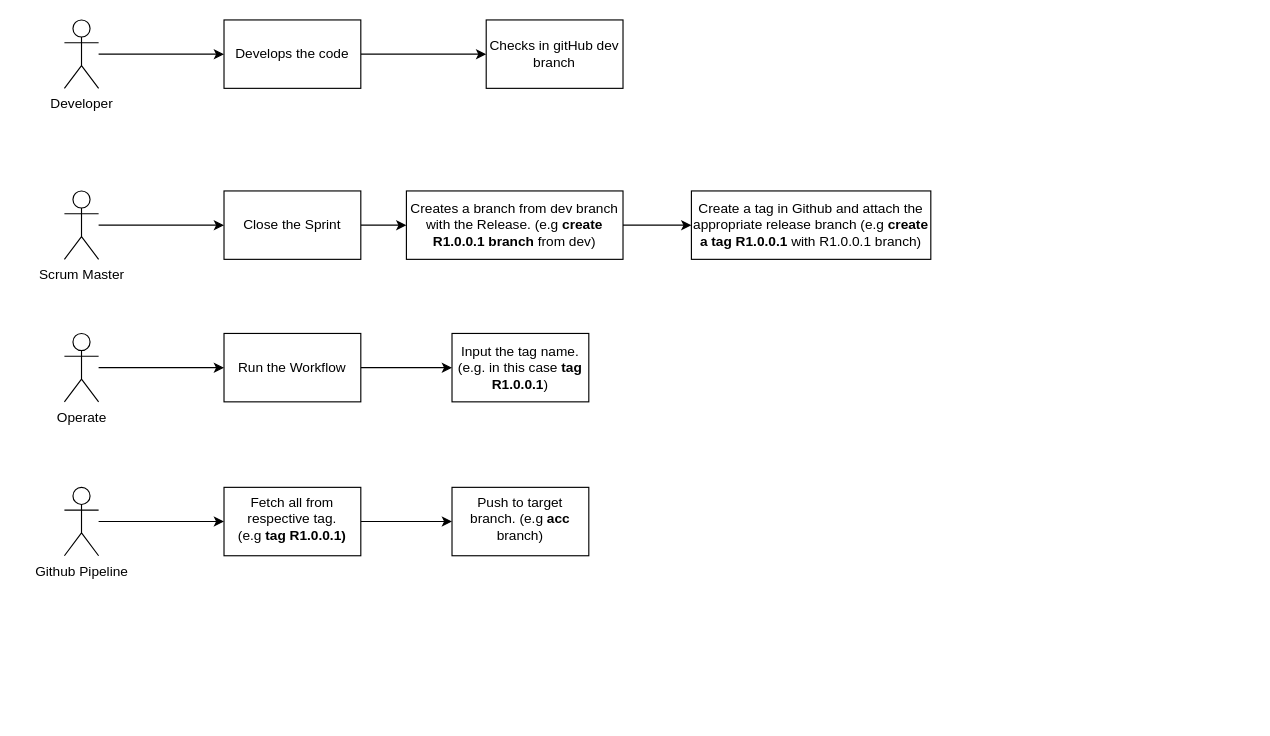
Before: page "CI-CD-Workflow" (25 of 25) of OT.drawio in biswarup81/drawings, a draw.io diagram. Source tidied: cells renumbered, new cells numbered last; positions are measured from the earlier drawing's top-left corner, leaving out a move shared by most shapes. Both pictures are drawn from the tidied source at 114%, with x=0, y=0 at pixel (64, 19).
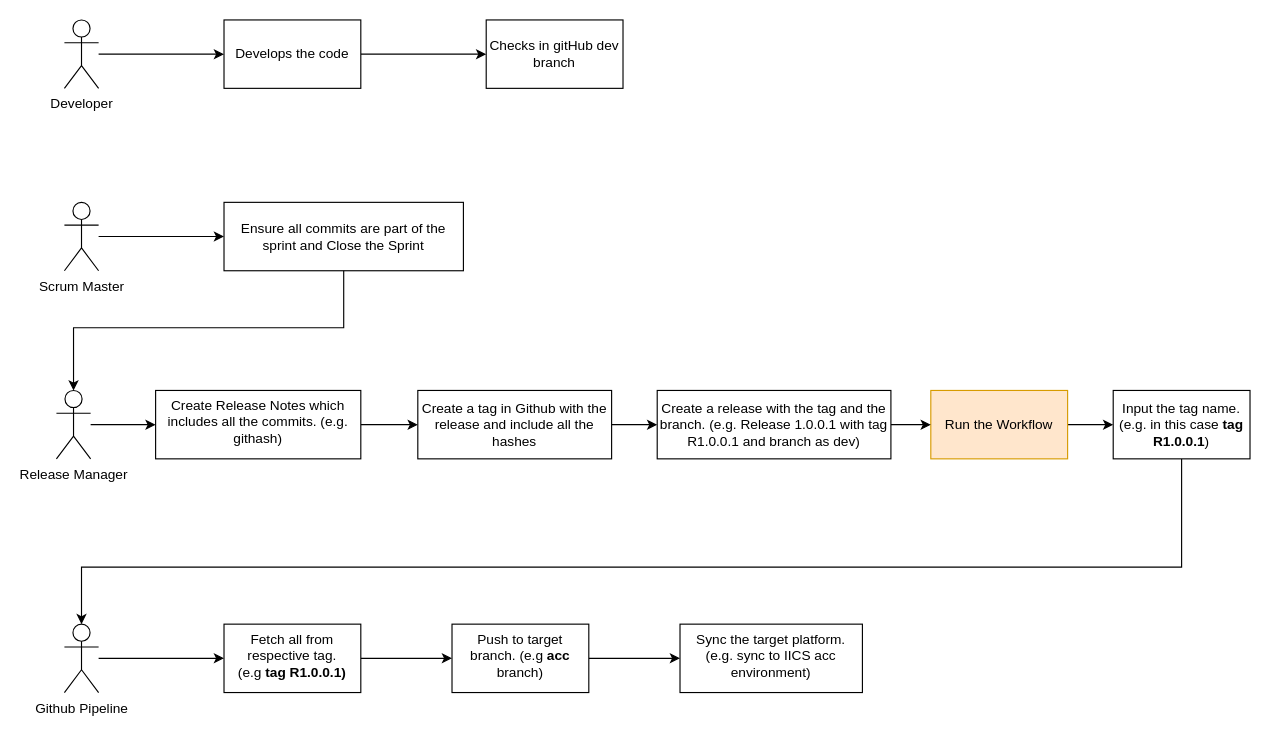
Above is the later version.

What changed in the source:
```diff
@@
     <mxCell id="8" value="Scrum Master" style="shape=umlActor;verticalLabelPosition=bottom;verticalAlign=top;html=1;outlineConnect=0;" parent="1" vertex="1">
-      <mxGeometry y="150" width="30" height="60" as="geometry" />
+      <mxGeometry y="160" width="30" height="60" as="geometry" />
     </mxCell>
-    <mxCell id="9" style="edgeStyle=orthogonalEdgeStyle;rounded=0;jettySize=auto;html=1;" parent="1" edge="1" source="10" target="12">
-      <mxGeometry relative="1" as="geometry" />
-    </mxCell>
-    <mxCell id="10" value="Close the Sprint" style="whiteSpace=wrap;html=1;verticalAlign=middle;" parent="1" vertex="1">
-      <mxGeometry x="140" y="150" width="120" height="60" as="geometry" />
+    <mxCell id="10" value="Ensure all commits are part of the sprint and Close the Sprint" style="whiteSpace=wrap;html=1;verticalAlign=middle;" parent="1" vertex="1">
+      <mxGeometry x="140" y="160" width="210" height="60" as="geometry" />
     </mxCell>
-    <mxCell id="11" style="edgeStyle=orthogonalEdgeStyle;rounded=0;jettySize=auto;html=1;" parent="1" edge="1" source="12" target="17">
-      <mxGeometry relative="1" as="geometry" />
-    </mxCell>
-    <mxCell id="12" value="Creates a branch from dev branch with the Release. (e.g &lt;b&gt;create R1.0.0.1 branch&lt;/b&gt; from dev)" style="whiteSpace=wrap;html=1;verticalAlign=middle;" parent="1" vertex="1">
-      <mxGeometry x="300" y="150" width="190" height="60" as="geometry" />
-    </mxCell>
-    <mxCell id="13" style="edgeStyle=orthogonalEdgeStyle;rounded=0;jettySize=auto;html=1;" parent="1" edge="1" source="14" target="16">
-      <mxGeometry relative="1" as="geometry" />
-    </mxCell>
-    <mxCell id="14" value="Operate" style="shape=umlActor;verticalLabelPosition=bottom;verticalAlign=top;html=1;outlineConnect=0;" parent="1" vertex="1">
-      <mxGeometry y="275" width="30" height="60" as="geometry" />
-    </mxCell>
@@
-    <mxCell id="16" value="Run the Workflow" style="whiteSpace=wrap;html=1;verticalAlign=middle;" parent="1" vertex="1">
-      <mxGeometry x="140" y="275" width="120" height="60" as="geometry" />
+    <mxCell id="16" value="Run the Workflow" style="whiteSpace=wrap;html=1;verticalAlign=middle;fillColor=#ffe6cc;strokeColor=#d79b00;" parent="1" vertex="1">
+      <mxGeometry x="760" y="325" width="120" height="60" as="geometry" />
     </mxCell>
+    <mxCell id="24" style="edgeStyle=orthogonalEdgeStyle;rounded=0;jettySize=auto;html=1;" parent="1" edge="1" source="17" target="32">
+      <mxGeometry relative="1" as="geometry" />
+    </mxCell>
-    <mxCell id="17" value="Create a tag in Github and attach the appropriate release branch (e.g &lt;b&gt;create a tag R1.0.0.1&amp;nbsp;&lt;/b&gt;with R1.0.0.1 branch)" style="whiteSpace=wrap;html=1;" parent="1" vertex="1">
-      <mxGeometry x="550" y="150" width="210" height="60" as="geometry" />
+    <mxCell id="17" value="Create a tag in Github with the release and include all the hashes" style="whiteSpace=wrap;html=1;" parent="1" vertex="1">
+      <mxGeometry x="310" y="325" width="170" height="60" as="geometry" />
     </mxCell>
+    <mxCell id="25" style="edgeStyle=orthogonalEdgeStyle;rounded=0;jettySize=auto;html=1;" parent="1" edge="1" source="18" target="20">
+      <mxGeometry relative="1" as="geometry">
+        <Array as="points">
+          <mxPoint x="980" y="480" />
+          <mxPoint x="15" y="480" />
+        </Array>
+      </mxGeometry>
+    </mxCell>
     <mxCell id="18" value="Input the tag name. (e.g. in this case &lt;b&gt;tag R1.0.0.1&lt;/b&gt;)" style="whiteSpace=wrap;html=1;" parent="1" vertex="1">
-      <mxGeometry x="340" y="275" width="120" height="60" as="geometry" />
+      <mxGeometry x="920" y="325" width="120" height="60" as="geometry" />
     </mxCell>
@@
     <mxCell id="20" value="Github Pipeline" style="shape=umlActor;verticalLabelPosition=bottom;verticalAlign=top;html=1;outlineConnect=0;" parent="1" vertex="1">
-      <mxGeometry y="410" width="30" height="60" as="geometry" />
+      <mxGeometry y="530" width="30" height="60" as="geometry" />
     </mxCell>
@@
     <mxCell id="22" value="Fetch all from respective tag. (e.g&amp;nbsp;&lt;b&gt;tag R1.0.0.1)&lt;/b&gt;" style="whiteSpace=wrap;html=1;verticalAlign=top;" parent="1" vertex="1">
-      <mxGeometry x="140" y="410" width="120" height="60" as="geometry" />
+      <mxGeometry x="140" y="530" width="120" height="60" as="geometry" />
     </mxCell>
+    <mxCell id="26" style="edgeStyle=orthogonalEdgeStyle;rounded=0;jettySize=auto;html=1;" parent="1" edge="1" source="23" target="33">
+      <mxGeometry relative="1" as="geometry" />
+    </mxCell>
     <mxCell id="23" value="Push to target branch. (e.g &lt;b&gt;acc &lt;/b&gt;branch)" style="whiteSpace=wrap;html=1;verticalAlign=top;" parent="1" vertex="1">
-      <mxGeometry x="340" y="410" width="120" height="60" as="geometry" />
+      <mxGeometry x="340" y="530" width="120" height="60" as="geometry" />
     </mxCell>
+    <mxCell id="27" style="edgeStyle=orthogonalEdgeStyle;rounded=0;jettySize=auto;html=1;" parent="1" edge="1" source="28" target="30">
+      <mxGeometry relative="1" as="geometry" />
+    </mxCell>
+    <mxCell id="28" value="Release Manager" style="shape=umlActor;verticalLabelPosition=bottom;verticalAlign=top;html=1;outlineConnect=0;" parent="1" vertex="1">
+      <mxGeometry x="-7" y="325" width="30" height="60" as="geometry" />
+    </mxCell>
+    <mxCell id="29" style="edgeStyle=orthogonalEdgeStyle;rounded=0;jettySize=auto;html=1;entryX=0;entryY=0.5;entryDx=0;entryDy=0;" parent="1" edge="1" source="30" target="17">
+      <mxGeometry relative="1" as="geometry" />
+    </mxCell>
+    <mxCell id="30" value="Create Release Notes which includes all the commits. (e.g. githash)" style="whiteSpace=wrap;html=1;verticalAlign=top;" parent="1" vertex="1">
+      <mxGeometry x="80" y="325" width="180" height="60" as="geometry" />
+    </mxCell>
+    <mxCell id="31" style="edgeStyle=orthogonalEdgeStyle;rounded=0;jettySize=auto;html=1;" parent="1" edge="1" source="32" target="16">
+      <mxGeometry relative="1" as="geometry" />
+    </mxCell>
+    <mxCell id="32" value="Create a release with the tag and the branch. (e.g. Release 1.0.0.1 with tag R1.0.0.1 and branch as dev)" style="whiteSpace=wrap;html=1;" parent="1" vertex="1">
+      <mxGeometry x="520" y="325" width="205" height="60" as="geometry" />
+    </mxCell>
+    <mxCell id="33" value="Sync the target platform. (e.g. sync to IICS acc environment)" style="whiteSpace=wrap;html=1;verticalAlign=top;" parent="1" vertex="1">
+      <mxGeometry x="540" y="530" width="160" height="60" as="geometry" />
+    </mxCell>
+    <mxCell id="34" style="edgeStyle=orthogonalEdgeStyle;rounded=0;jettySize=auto;html=1;entryX=0.5;entryY=0;entryDx=0;entryDy=0;entryPerimeter=0;" parent="1" edge="1" source="10" target="28">
+      <mxGeometry relative="1" as="geometry">
+        <Array as="points">
+          <mxPoint x="245" y="270" />
+          <mxPoint x="8" y="270" />
+        </Array>
+      </mxGeometry>
+    </mxCell>
```
